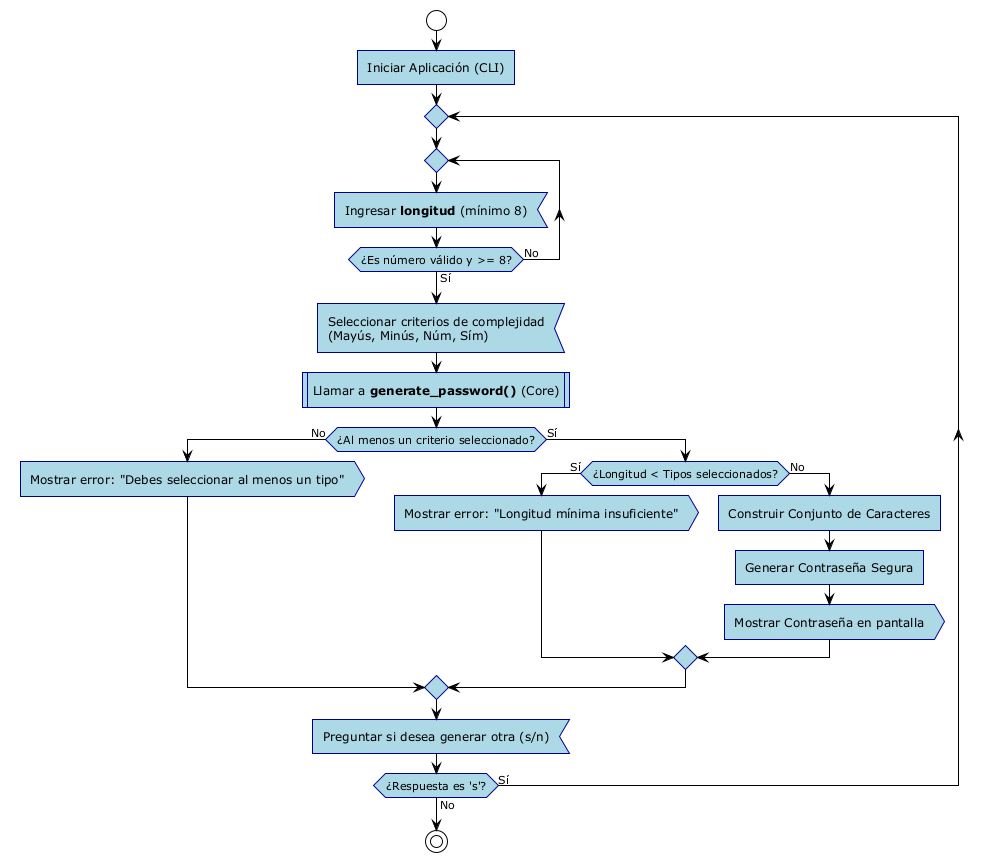
Earlier version of the PlantUML export diagrama-principal.png (nelsonmarro/generador_password_py).
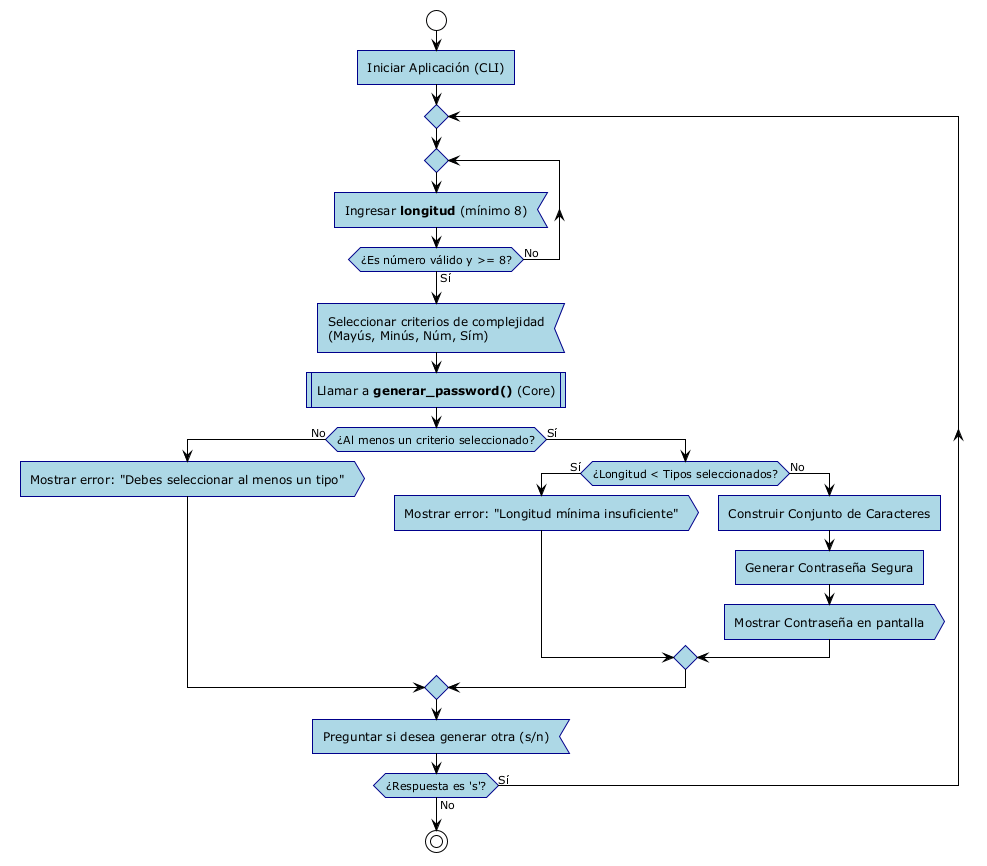
After the change.

Diff of the diagram source:
```diff
@@ -16,7 +16,7 @@
 
   :Seleccionar criterios de complejidad\n(Mayús, Minús, Núm, Sím); <<input>>
 
-  :Llamar a **generate_password()** (Core); <<procedure>>
+  :Llamar a **generar_password()** (Core); <<procedure>>
 
   if (¿Al menos un criterio seleccionado?) then (No)
     :Mostrar error: "Debes seleccionar al menos un tipo"; <<output>>
```
